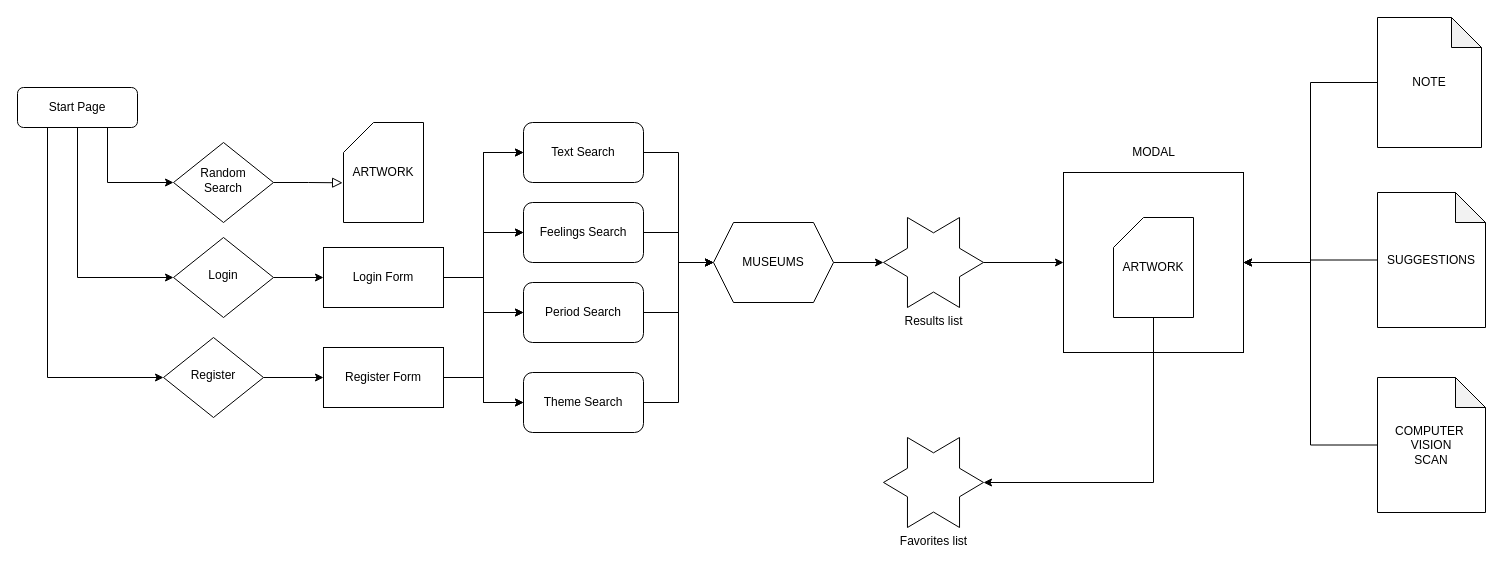
This is src/AppLogic.drawio from MariuszUrban/Content, a draw.io file, before an edit. Source tidied: cells renumbered, new cells numbered last; positions are measured from the earlier drawing's top-left corner, leaving out a move shared by most shapes. Both pictures are drawn from the tidied source at 100%, with x=0, y=0 at pixel (17, 17).
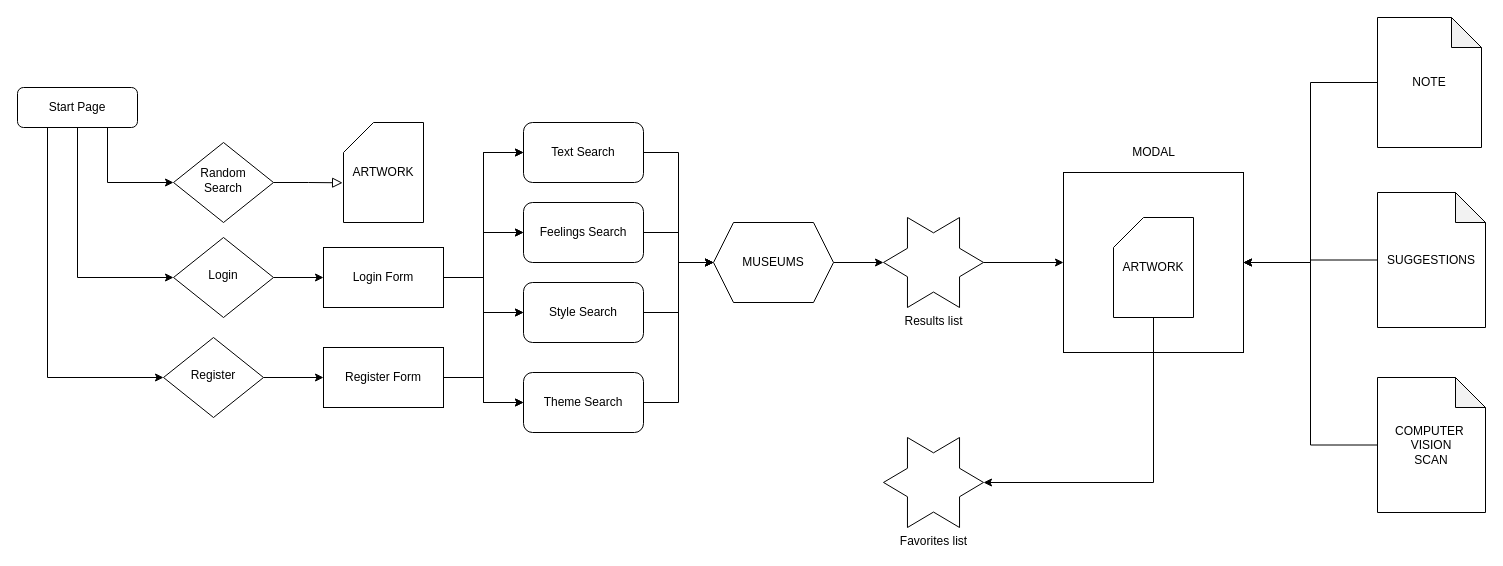
Above is the later version.

The change refers to these unchanged cells:
```xml
<mxCell id="24" style="group;" parent="1" vertex="1">
  <mxGeometry x="506" y="105" width="120" height="310" as="geometry" />
</mxCell>
```

Change to the diagram source:
```diff
@@
-    <mxCell id="27" value="Period Search" style="rounded=1;whiteSpace=wrap;html=1;" parent="24" vertex="1">
+    <mxCell id="27" value="Style Search" style="rounded=1;whiteSpace=wrap;html=1;" parent="24" vertex="1">
       <mxGeometry y="160" width="120" height="60" as="geometry" />
     </mxCell>
```
